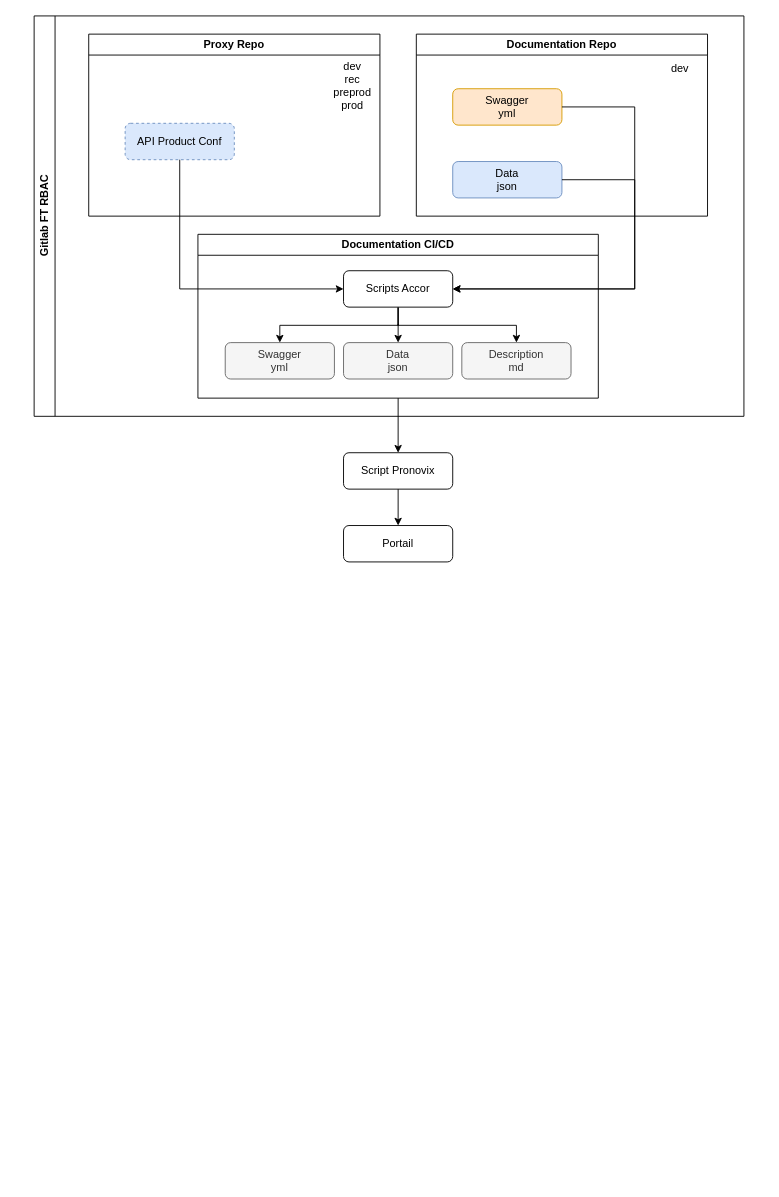
41M3/draw.io keeps this draw.io diagram as Pronovix-cicd-implementation.drawio. Above is the earlier version. Source tidied: cells renumbered, new cells numbered last; positions are measured from the earlier drawing's top-left corner, leaving out a move shared by most shapes. Both pictures are drawn from the tidied source at 91%, with x=0, y=0 at pixel (34, 15).
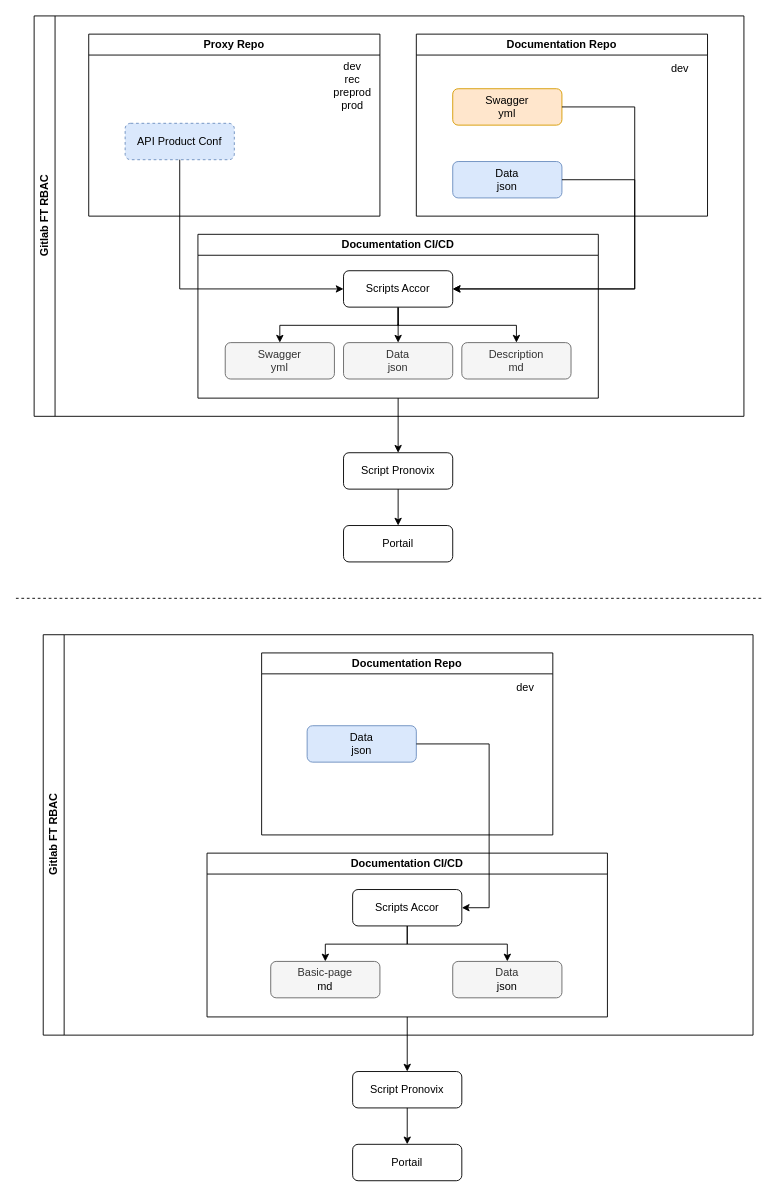
The same page after the edit.

Commit message:
Mettre à jour Pronovix-cicd-implementation.drawio

The edit, as a diff of the source:
```diff
@@
+    <mxCell id="25" value="Gitlab FT RBAC" style="swimlane;horizontal=0;whiteSpace=wrap;html=1;" parent="1" vertex="1">
+      <mxGeometry x="10" y="680" width="780" height="440" as="geometry" />
+    </mxCell>
+    <mxCell id="26" value="Documentation Repo" style="swimlane;whiteSpace=wrap;html=1;" parent="25" vertex="1">
+      <mxGeometry x="240" y="20" width="320" height="200" as="geometry" />
+    </mxCell>
+    <mxCell id="27" value="Data&lt;br&gt;json" style="rounded=1;whiteSpace=wrap;html=1;fillColor=#dae8fc;strokeColor=#6c8ebf;" parent="26" vertex="1">
+      <mxGeometry x="50" y="80" width="120" height="40" as="geometry" />
+    </mxCell>
+    <mxCell id="28" value="dev" style="text;html=1;strokeColor=none;fillColor=none;align=center;verticalAlign=middle;whiteSpace=wrap;rounded=0;" parent="26" vertex="1">
+      <mxGeometry x="260" y="23" width="60" height="30" as="geometry" />
+    </mxCell>
+    <mxCell id="29" value="Documentation CI/CD" style="swimlane;whiteSpace=wrap;html=1;" parent="25" vertex="1">
+      <mxGeometry x="180" y="240" width="440" height="180" as="geometry" />
+    </mxCell>
+    <mxCell id="30" style="edgeStyle=orthogonalEdgeStyle;rounded=0;jettySize=auto;html=1;entryX=0.5;entryY=0;entryDx=0;entryDy=0;" parent="29" edge="1" source="32" target="34">
+      <mxGeometry relative="1" as="geometry">
+        <Array as="points">
+          <mxPoint x="220" y="100" />
+          <mxPoint x="130" y="100" />
+        </Array>
+      </mxGeometry>
+    </mxCell>
+    <mxCell id="31" style="edgeStyle=orthogonalEdgeStyle;rounded=0;jettySize=auto;html=1;" parent="29" edge="1" source="32" target="33">
+      <mxGeometry relative="1" as="geometry">
+        <Array as="points">
+          <mxPoint x="220" y="100" />
+          <mxPoint x="330" y="100" />
+        </Array>
+      </mxGeometry>
+    </mxCell>
+    <mxCell id="32" value="Scripts Accor" style="rounded=1;whiteSpace=wrap;html=1;" parent="29" vertex="1">
+      <mxGeometry x="160" y="40" width="120" height="40" as="geometry" />
+    </mxCell>
+    <mxCell id="33" value="Data&lt;br style=&quot;border-color: var(--border-color); color: rgb(0, 0, 0);&quot;&gt;&lt;span style=&quot;color: rgb(0, 0, 0);&quot;&gt;json&lt;/span&gt;" style="rounded=1;whiteSpace=wrap;html=1;fillColor=#f5f5f5;strokeColor=#666666;fontColor=#333333;" parent="29" vertex="1">
+      <mxGeometry x="270" y="119" width="120" height="40" as="geometry" />
+    </mxCell>
+    <mxCell id="34" value="Basic-page&lt;br style=&quot;border-color: var(--border-color); color: rgb(0, 0, 0);&quot;&gt;&lt;span style=&quot;color: rgb(0, 0, 0);&quot;&gt;md&lt;/span&gt;" style="rounded=1;whiteSpace=wrap;html=1;fillColor=#f5f5f5;strokeColor=#666666;fontColor=#333333;" parent="29" vertex="1">
+      <mxGeometry x="70" y="119" width="120" height="40" as="geometry" />
+    </mxCell>
+    <mxCell id="35" style="edgeStyle=orthogonalEdgeStyle;rounded=0;jettySize=auto;html=1;exitX=1;exitY=0.5;exitDx=0;exitDy=0;" parent="25" edge="1" source="27" target="32">
+      <mxGeometry relative="1" as="geometry">
+        <Array as="points">
+          <mxPoint x="490" y="120" />
+          <mxPoint x="490" y="300" />
+        </Array>
+      </mxGeometry>
+    </mxCell>
+    <mxCell id="36" value="Script Pronovix" style="rounded=1;whiteSpace=wrap;html=1;" parent="1" vertex="1">
+      <mxGeometry x="350" y="1160" width="120" height="40" as="geometry" />
+    </mxCell>
+    <mxCell id="37" value="Portail" style="rounded=1;whiteSpace=wrap;html=1;" parent="1" vertex="1">
+      <mxGeometry x="350" y="1240" width="120" height="40" as="geometry" />
+    </mxCell>
+    <mxCell id="38" style="edgeStyle=orthogonalEdgeStyle;rounded=0;jettySize=auto;html=1;" parent="1" edge="1" source="36" target="37">
+      <mxGeometry relative="1" as="geometry" />
+    </mxCell>
+    <mxCell id="39" style="edgeStyle=orthogonalEdgeStyle;rounded=0;jettySize=auto;html=1;" parent="1" edge="1" source="29" target="36">
+      <mxGeometry relative="1" as="geometry" />
+    </mxCell>
+    <mxCell id="40" style="endArrow=none;dashed=1;html=1;rounded=0;" parent="1" edge="1">
+      <mxGeometry relative="1" as="geometry">
+        <mxPoint x="-20" y="640" as="sourcePoint" />
+        <mxPoint x="800" y="640" as="targetPoint" />
+      </mxGeometry>
+    </mxCell>
```
